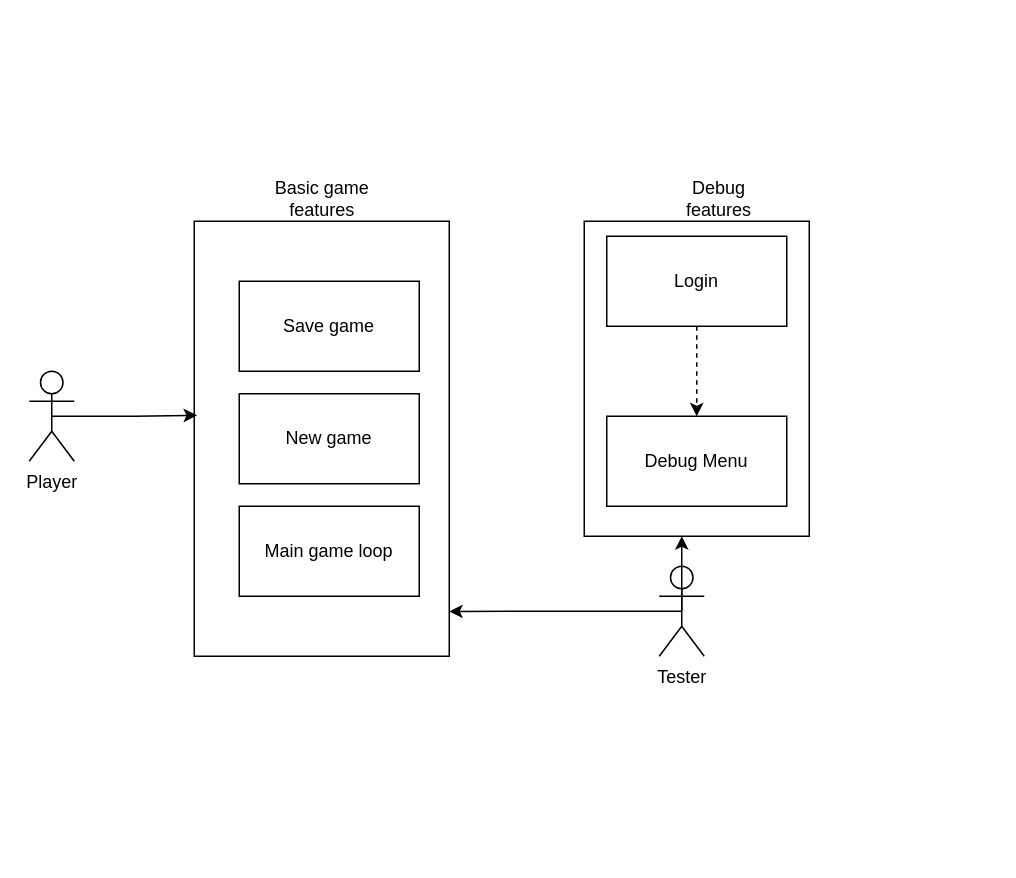
Before: UMLdiagrams/Behavioural UML.drawio in chriskalos/CardMaster, a draw.io diagram. Source tidied: cells renumbered, new cells numbered last; positions are measured from the earlier drawing's top-left corner, leaving out a move shared by most shapes. Both pictures are drawn from the tidied source at 150%, with x=0, y=0 at pixel (28, 176).
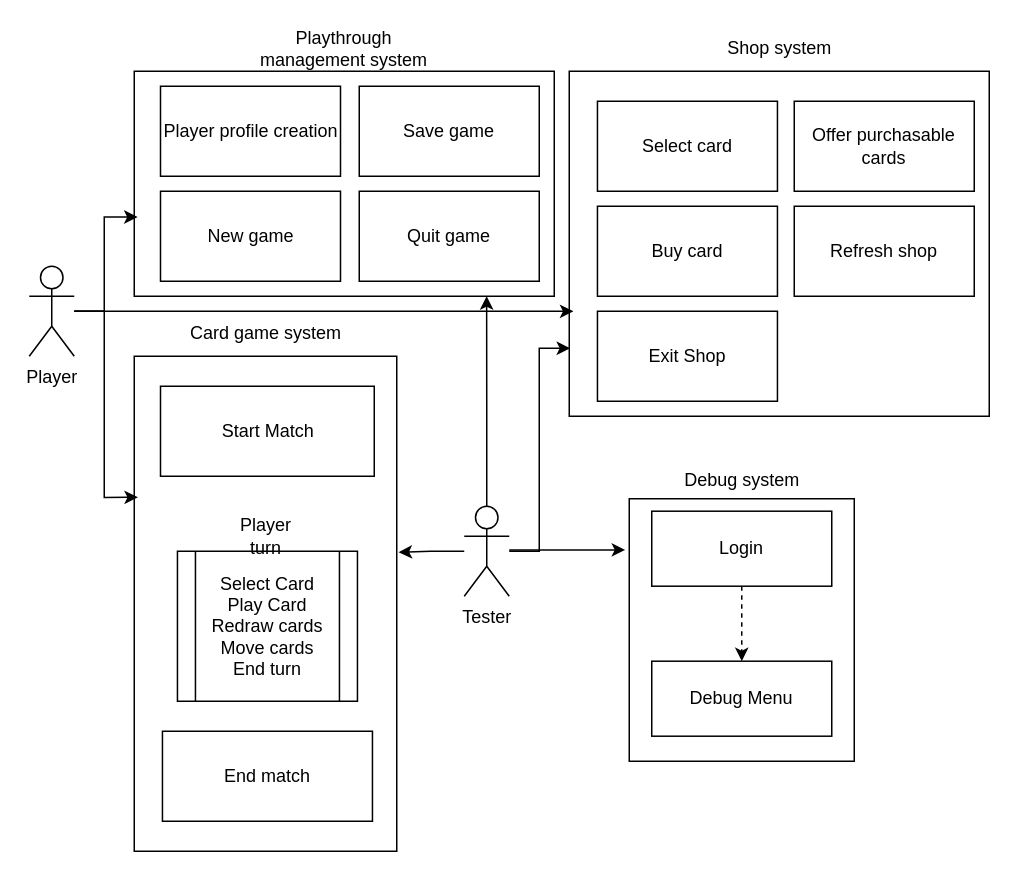
After the change.

Commit message (it also covers changes not shown here):
Focusing on game logic.

What changed in the source:
```diff
@@
     <mxCell id="2" value="Player" style="shape=umlActor;verticalLabelPosition=bottom;verticalAlign=top;html=1;outlineConnect=0;" parent="1" vertex="1">
-      <mxGeometry y="130" width="30" height="60" as="geometry" />
+      <mxGeometry y="60" width="30" height="60" as="geometry" />
     </mxCell>
-    <mxCell id="3" style="edgeStyle=orthogonalEdgeStyle;rounded=0;jettySize=auto;html=1;exitX=0.5;exitY=0.5;exitDx=0;exitDy=0;exitPerimeter=0;" parent="1" edge="1" source="4">
-      <mxGeometry relative="1" as="geometry">
-        <mxPoint x="280" y="290.1" as="targetPoint" />
-      </mxGeometry>
-    </mxCell>
+    <mxCell id="17" style="edgeStyle=orthogonalEdgeStyle;rounded=0;jettySize=auto;html=1;entryX=-0.018;entryY=0.195;entryDx=0;entryDy=0;entryPerimeter=0;" parent="1" edge="1" source="4" target="11">
+      <mxGeometry relative="1" as="geometry">
+        <Array as="points">
+          <mxPoint x="390" y="250" />
+        </Array>
+      </mxGeometry>
+    </mxCell>
+    <mxCell id="18" style="edgeStyle=orthogonalEdgeStyle;rounded=0;jettySize=auto;html=1;entryX=1.007;entryY=0.396;entryDx=0;entryDy=0;entryPerimeter=0;" parent="1" edge="1" source="4" target="21">
+      <mxGeometry relative="1" as="geometry" />
+    </mxCell>
     <mxCell id="4" value="Tester" style="shape=umlActor;verticalLabelPosition=bottom;verticalAlign=top;html=1;outlineConnect=0;" parent="1" vertex="1">
-      <mxGeometry x="420" y="260" width="30" height="60" as="geometry" />
+      <mxGeometry x="290" y="220" width="30" height="60" as="geometry" />
     </mxCell>
-    <mxCell id="5" style="group;" parent="1" vertex="1">
-      <mxGeometry x="110" y="30" width="170" height="290" as="geometry" />
-    </mxCell>
-    <mxCell id="6" style="rounded=0;whiteSpace=wrap;html=1;" parent="5" vertex="1">
-      <mxGeometry width="170" height="290" as="geometry" />
-    </mxCell>
-    <mxCell id="7" value="Save game" style="rounded=0;whiteSpace=wrap;html=1;" parent="5" vertex="1">
-      <mxGeometry x="30" y="40" width="120" height="60" as="geometry" />
-    </mxCell>
-    <mxCell id="8" value="New game" style="rounded=0;whiteSpace=wrap;html=1;" parent="5" vertex="1">
-      <mxGeometry x="30" y="115" width="120" height="60" as="geometry" />
-    </mxCell>
-    <mxCell id="9" value="Main game loop" style="rounded=0;whiteSpace=wrap;html=1;" parent="5" vertex="1">
-      <mxGeometry x="30" y="190" width="120" height="60" as="geometry" />
-    </mxCell>
-    <mxCell id="10" value="Basic game features" style="text;html=1;align=center;verticalAlign=middle;whiteSpace=wrap;rounded=0;" parent="1" vertex="1">
-      <mxGeometry x="142.5" width="105" height="30" as="geometry" />
-    </mxCell>
+    <mxCell id="19" style="group;" parent="1" vertex="1">
+      <mxGeometry x="400" y="190" width="150" height="200" as="geometry" />
+    </mxCell>
-    <mxCell id="11" style="rounded=0;whiteSpace=wrap;html=1;" parent="1" vertex="1">
-      <mxGeometry x="370" y="30" width="150" height="210" as="geometry" />
+    <mxCell id="11" style="rounded=0;whiteSpace=wrap;html=1;" parent="19" vertex="1">
+      <mxGeometry y="25" width="150" height="175" as="geometry" />
     </mxCell>
-    <mxCell id="12" value="Debug features" style="text;html=1;align=center;verticalAlign=middle;whiteSpace=wrap;rounded=0;" parent="1" vertex="1">
-      <mxGeometry x="430" width="60" height="30" as="geometry" />
+    <mxCell id="12" value="Debug system" style="text;html=1;align=center;verticalAlign=middle;whiteSpace=wrap;rounded=0;" parent="19" vertex="1">
+      <mxGeometry x="27.5" width="95" height="25" as="geometry" />
     </mxCell>
-    <mxCell id="13" style="edgeStyle=orthogonalEdgeStyle;rounded=0;jettySize=auto;html=1;dashed=1;" parent="1" edge="1" source="14" target="15">
+    <mxCell id="13" style="edgeStyle=orthogonalEdgeStyle;rounded=0;jettySize=auto;html=1;dashed=1;" parent="19" edge="1" source="14" target="15">
       <mxGeometry relative="1" as="geometry" />
     </mxCell>
-    <mxCell id="14" value="Login" style="rounded=0;whiteSpace=wrap;html=1;" parent="1" vertex="1">
-      <mxGeometry x="385" y="40" width="120" height="60" as="geometry" />
+    <mxCell id="14" value="Login" style="rounded=0;whiteSpace=wrap;html=1;" parent="19" vertex="1">
+      <mxGeometry x="15" y="33.3" width="120" height="50" as="geometry" />
     </mxCell>
-    <mxCell id="15" value="Debug Menu" style="rounded=0;whiteSpace=wrap;html=1;" parent="1" vertex="1">
-      <mxGeometry x="385" y="160" width="120" height="60" as="geometry" />
+    <mxCell id="15" value="Debug Menu" style="rounded=0;whiteSpace=wrap;html=1;" parent="19" vertex="1">
+      <mxGeometry x="15" y="133.3" width="120" height="50" as="geometry" />
     </mxCell>
+    <mxCell id="20" style="group;" parent="1" vertex="1">
+      <mxGeometry x="70" y="90" width="175" height="360" as="geometry" />
+    </mxCell>
+    <mxCell id="21" style="rounded=0;whiteSpace=wrap;html=1;" parent="20" vertex="1">
+      <mxGeometry y="30" width="175" height="330" as="geometry" />
+    </mxCell>
+    <mxCell id="22" value="Card game system" style="text;html=1;align=center;verticalAlign=middle;whiteSpace=wrap;rounded=0;" parent="20" vertex="1">
+      <mxGeometry x="27.5" width="120" height="30" as="geometry" />
+    </mxCell>
+    <mxCell id="23" value="&lt;div&gt;Select Card&lt;br&gt;&lt;/div&gt;&lt;div&gt;Play Card&lt;/div&gt;&lt;div&gt;Redraw cards&lt;/div&gt;&lt;div&gt;Move cards&lt;/div&gt;&lt;div&gt;End turn&lt;/div&gt;" style="shape=process;whiteSpace=wrap;html=1;backgroundOutline=1;" parent="20" vertex="1">
+      <mxGeometry x="28.8" y="160" width="120" height="100" as="geometry" />
+    </mxCell>
+    <mxCell id="24" value="End match" style="rounded=0;whiteSpace=wrap;html=1;" parent="20" vertex="1">
+      <mxGeometry x="18.8" y="280" width="140" height="60" as="geometry" />
+    </mxCell>
+    <mxCell id="25" value="Start Match" style="rounded=0;whiteSpace=wrap;html=1;" parent="20" vertex="1">
+      <mxGeometry x="17.5" y="50" width="142.5" height="60" as="geometry" />
+    </mxCell>
+    <mxCell id="26" value="Player turn" style="text;html=1;align=center;verticalAlign=middle;whiteSpace=wrap;rounded=0;" parent="20" vertex="1">
+      <mxGeometry x="57.5" y="135" width="60" height="30" as="geometry" />
+    </mxCell>
+    <mxCell id="27" style="group;" parent="1" vertex="1">
+      <mxGeometry x="70" y="-100" width="280" height="180" as="geometry" />
+    </mxCell>
+    <mxCell id="28" value="Playthrough management system" style="text;html=1;align=center;verticalAlign=middle;whiteSpace=wrap;rounded=0;" parent="27" vertex="1">
+      <mxGeometry x="75" width="130" height="30" as="geometry" />
+    </mxCell>
+    <mxCell id="6" style="rounded=0;whiteSpace=wrap;html=1;" parent="27" vertex="1">
+      <mxGeometry y="30" width="280" height="150" as="geometry" />
+    </mxCell>
+    <mxCell id="29" value="Player profile creation" style="rounded=0;whiteSpace=wrap;html=1;" parent="27" vertex="1">
+      <mxGeometry x="17.5" y="40" width="120" height="60" as="geometry" />
+    </mxCell>
+    <mxCell id="30" value="Quit game" style="rounded=0;whiteSpace=wrap;html=1;" parent="27" vertex="1">
+      <mxGeometry x="150" y="110" width="120" height="60" as="geometry" />
+    </mxCell>
+    <mxCell id="7" value="Save game" style="rounded=0;whiteSpace=wrap;html=1;" parent="27" vertex="1">
+      <mxGeometry x="150" y="40" width="120" height="60" as="geometry" />
+    </mxCell>
+    <mxCell id="8" value="New game" style="rounded=0;whiteSpace=wrap;html=1;" parent="27" vertex="1">
+      <mxGeometry x="17.5" y="110" width="120" height="60" as="geometry" />
+    </mxCell>
+    <mxCell id="31" style="group;" parent="1" vertex="1">
+      <mxGeometry x="360" y="-100" width="280" height="260" as="geometry" />
+    </mxCell>
+    <mxCell id="32" style="rounded=0;whiteSpace=wrap;html=1;" parent="31" vertex="1">
+      <mxGeometry y="30" width="280" height="230" as="geometry" />
+    </mxCell>
+    <mxCell id="33" value="Offer purchasable cards" style="rounded=0;whiteSpace=wrap;html=1;" parent="31" vertex="1">
+      <mxGeometry x="150" y="50" width="120" height="60" as="geometry" />
+    </mxCell>
+    <mxCell id="34" value="Shop system" style="text;html=1;align=center;verticalAlign=middle;whiteSpace=wrap;rounded=0;" parent="31" vertex="1">
+      <mxGeometry x="94.5" width="91" height="30" as="geometry" />
+    </mxCell>
+    <mxCell id="35" value="Buy card" style="rounded=0;whiteSpace=wrap;html=1;" parent="31" vertex="1">
+      <mxGeometry x="18.8" y="120" width="120" height="60" as="geometry" />
+    </mxCell>
+    <mxCell id="36" value="Refresh shop" style="rounded=0;whiteSpace=wrap;html=1;" parent="31" vertex="1">
+      <mxGeometry x="150" y="120" width="120" height="60" as="geometry" />
+    </mxCell>
+    <mxCell id="37" value="Exit Shop" style="rounded=0;whiteSpace=wrap;html=1;" parent="31" vertex="1">
+      <mxGeometry x="18.8" y="190" width="120" height="60" as="geometry" />
+    </mxCell>
+    <mxCell id="38" value="Select card" style="rounded=0;whiteSpace=wrap;html=1;" parent="31" vertex="1">
+      <mxGeometry x="18.8" y="50" width="120" height="60" as="geometry" />
+    </mxCell>
+    <mxCell id="39" style="edgeStyle=orthogonalEdgeStyle;rounded=0;jettySize=auto;html=1;entryX=0.839;entryY=1;entryDx=0;entryDy=0;entryPerimeter=0;" parent="1" edge="1" source="4" target="6">
+      <mxGeometry relative="1" as="geometry" />
+    </mxCell>
+    <mxCell id="40" style="edgeStyle=orthogonalEdgeStyle;rounded=0;jettySize=auto;html=1;entryX=0.002;entryY=0.803;entryDx=0;entryDy=0;entryPerimeter=0;" parent="1" edge="1" source="4" target="32">
+      <mxGeometry relative="1" as="geometry" />
+    </mxCell>
-    <mxCell id="16" style="edgeStyle=orthogonalEdgeStyle;rounded=0;jettySize=auto;html=1;exitX=0.5;exitY=0.5;exitDx=0;exitDy=0;exitPerimeter=0;entryX=0.011;entryY=0.446;entryDx=0;entryDy=0;entryPerimeter=0;" parent="1" edge="1" source="2" target="6">
+    <mxCell id="16" style="edgeStyle=orthogonalEdgeStyle;rounded=0;jettySize=auto;html=1;entryX=0.008;entryY=0.648;entryDx=0;entryDy=0;entryPerimeter=0;" parent="1" edge="1" source="2" target="6">
       <mxGeometry relative="1" as="geometry" />
     </mxCell>
-    <mxCell id="17" style="edgeStyle=orthogonalEdgeStyle;rounded=0;jettySize=auto;html=1;exitX=0.5;exitY=0.5;exitDx=0;exitDy=0;exitPerimeter=0;entryX=0.439;entryY=0.999;entryDx=0;entryDy=0;entryPerimeter=0;" parent="1" edge="1" source="4" target="11">
-      <mxGeometry relative="1" as="geometry" />
-    </mxCell>
+    <mxCell id="41" style="edgeStyle=orthogonalEdgeStyle;rounded=0;jettySize=auto;html=1;entryX=0.014;entryY=0.285;entryDx=0;entryDy=0;entryPerimeter=0;" parent="1" edge="1" source="2" target="21">
+      <mxGeometry relative="1" as="geometry" />
+    </mxCell>
+    <mxCell id="42" style="edgeStyle=orthogonalEdgeStyle;rounded=0;jettySize=auto;html=1;entryX=0.01;entryY=0.696;entryDx=0;entryDy=0;entryPerimeter=0;" parent="1" edge="1" source="2" target="32">
+      <mxGeometry relative="1" as="geometry" />
+    </mxCell>
```
